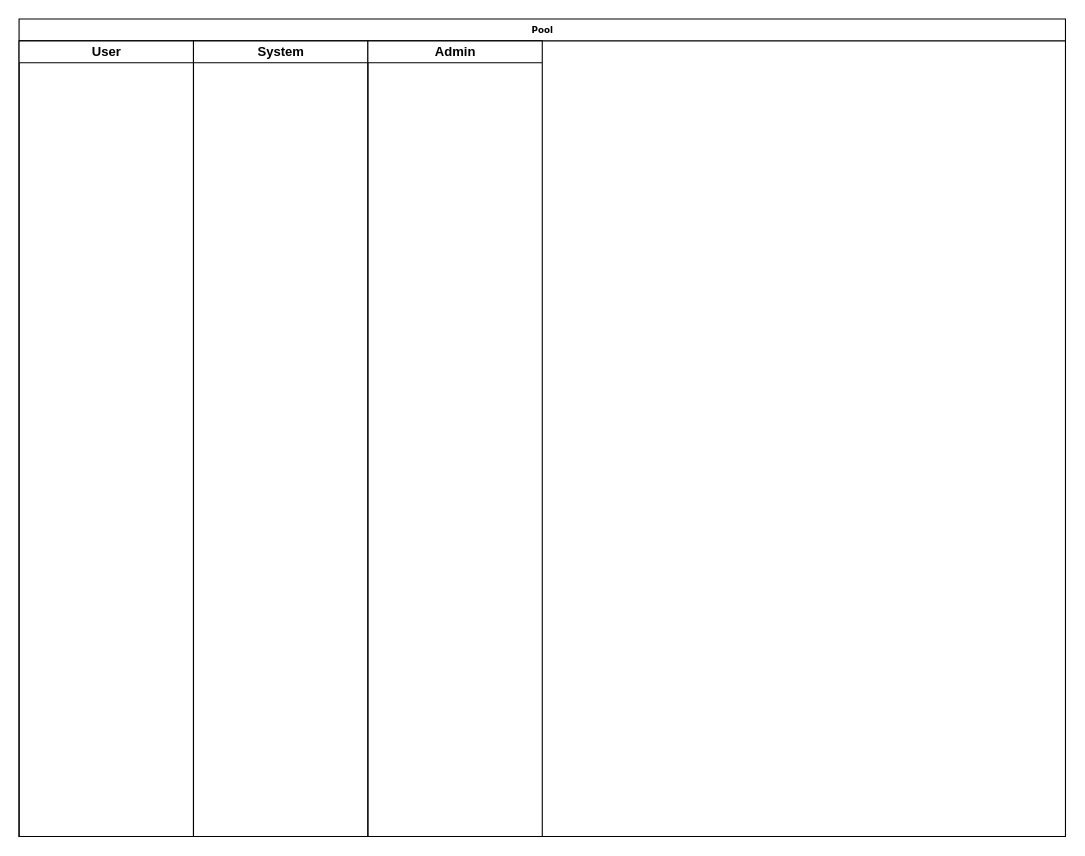
Above: Untitled Diagram1.drawio in giaythuytinh176/baitaptrenlopathao (draw.io), before the change. Source tidied: cells renumbered, new cells numbered last; positions are measured from the earlier drawing's top-left corner, leaving out a move shared by most shapes. Both pictures are drawn from the tidied source at 109%, with x=0, y=0 at pixel (19, 19).
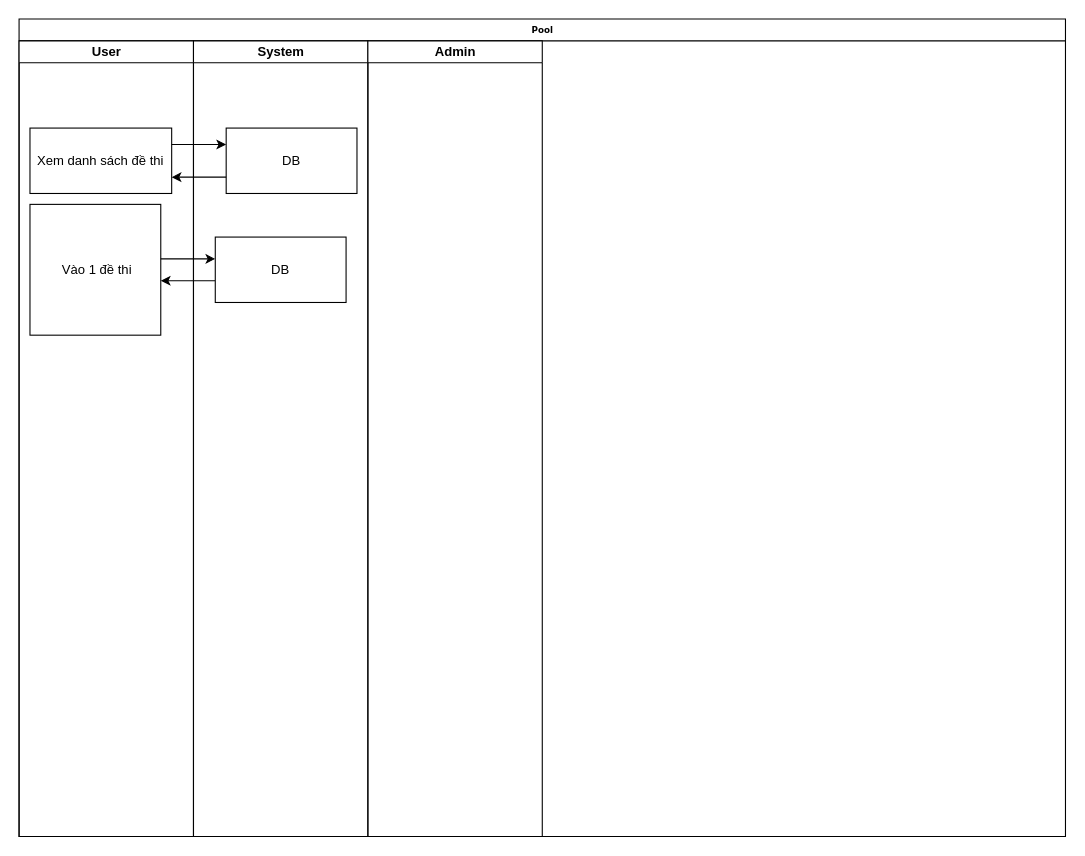
After the change.

The edit, as a diff of the source:
```diff
@@
 <mxGraphModel background="#ffffff">
   <root>
     <mxCell id="0" />
     <mxCell id="1" parent="0" />
     <mxCell id="2" value="Pool" style="swimlane;html=1;startSize=20;rounded=0;shadow=0;labelBackgroundColor=none;strokeWidth=1;fontFamily=Verdana;fontSize=8;align=center;" parent="1" vertex="1">
       <mxGeometry width="960" height="750" as="geometry" />
     </mxCell>
     <mxCell id="3" style="edgeStyle=orthogonalEdgeStyle;rounded=1;html=1;labelBackgroundColor=none;startArrow=none;startFill=0;startSize=5;endArrow=classicThin;endFill=1;endSize=5;jettySize=auto;orthogonalLoop=1;strokeWidth=1;fontFamily=Verdana;fontSize=8;" parent="2" edge="1">
       <mxGeometry relative="1" as="geometry">
         <mxPoint x="670" y="690" as="targetPoint" />
       </mxGeometry>
     </mxCell>
     <mxCell id="4" value="User" style="swimlane;html=1;startSize=20;" parent="2" vertex="1">
       <mxGeometry y="20" width="160" height="730" as="geometry" />
     </mxCell>
+    <mxCell id="7" value="Xem danh sách đề thi" style="rounded=0;whiteSpace=wrap;html=1;" parent="4" vertex="1">
+      <mxGeometry x="10" y="80" width="130" height="60" as="geometry" />
+    </mxCell>
+    <mxCell id="8" value="&amp;nbsp;Vào 1 đề thi" style="whiteSpace=wrap;html=1;" parent="4" vertex="1">
+      <mxGeometry x="10" y="150" width="120" height="120" as="geometry" />
+    </mxCell>
+    <mxCell id="9" style="endArrow=classic;html=1;exitX=1;exitY=0.25;exitDx=0;exitDy=0;entryX=0;entryY=0.25;entryDx=0;entryDy=0;" parent="4" edge="1">
+      <mxGeometry relative="1" as="geometry">
+        <mxPoint x="130" y="200" as="sourcePoint" />
+        <mxPoint x="180" y="200" as="targetPoint" />
+      </mxGeometry>
+    </mxCell>
+    <mxCell id="10" style="endArrow=classic;html=1;entryX=1;entryY=0.75;entryDx=0;entryDy=0;exitX=0;exitY=0.75;exitDx=0;exitDy=0;" parent="4" edge="1">
+      <mxGeometry relative="1" as="geometry">
+        <mxPoint x="180" y="220" as="sourcePoint" />
+        <mxPoint x="130" y="220" as="targetPoint" />
+      </mxGeometry>
+    </mxCell>
     <mxCell id="5" value="System" style="swimlane;html=1;startSize=20;" parent="2" vertex="1">
       <mxGeometry x="160" y="20" width="160" height="730" as="geometry" />
     </mxCell>
+    <mxCell id="11" value="DB" style="rounded=0;whiteSpace=wrap;html=1;" parent="5" vertex="1">
+      <mxGeometry x="30" y="80" width="120" height="60" as="geometry" />
+    </mxCell>
+    <mxCell id="12" value="DB" style="rounded=0;whiteSpace=wrap;html=1;" parent="5" vertex="1">
+      <mxGeometry x="20" y="180" width="120" height="60" as="geometry" />
+    </mxCell>
     <mxCell id="6" value="Admin" style="swimlane;html=1;startSize=20;" parent="2" vertex="1">
       <mxGeometry x="320" y="20" width="160" height="730" as="geometry" />
     </mxCell>
+    <mxCell id="13" style="endArrow=classic;html=1;exitX=1;exitY=0.25;exitDx=0;exitDy=0;entryX=0;entryY=0.25;entryDx=0;entryDy=0;" parent="2" edge="1" source="7" target="11">
+      <mxGeometry relative="1" as="geometry" />
+    </mxCell>
+    <mxCell id="14" style="endArrow=classic;html=1;entryX=1;entryY=0.75;entryDx=0;entryDy=0;exitX=0;exitY=0.75;exitDx=0;exitDy=0;" parent="2" edge="1" source="11" target="7">
+      <mxGeometry relative="1" as="geometry" />
+    </mxCell>
   </root>
 </mxGraphModel>
```
